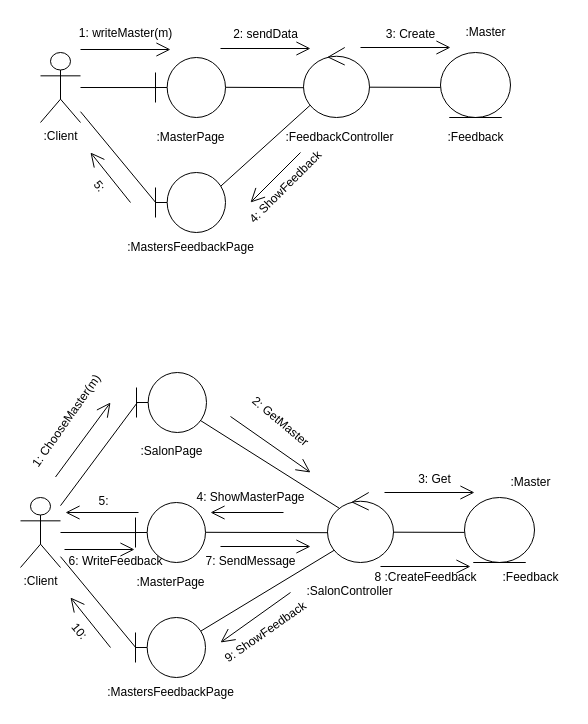
This is Диаграмма анализа.drawio from Artvell3000/umlLab2, a draw.io file, before an edit. Source tidied: cells renumbered, new cells numbered last; positions are measured from the earlier drawing's top-left corner, leaving out a move shared by most shapes. Both pictures are drawn from the tidied source at 100%, with x=0, y=0 at pixel (1, 17).
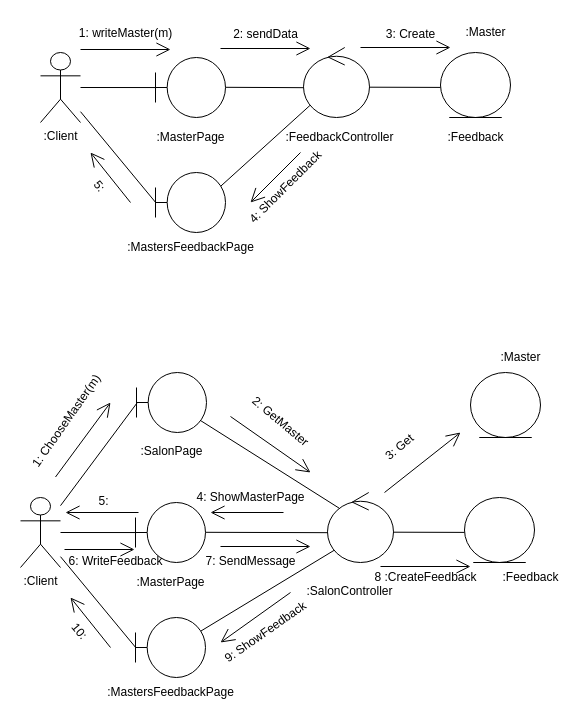
The same diagram, later.

Change to the diagram source:
```diff
@@
     <mxCell id="37" style="endArrow=open;endFill=1;endSize=12;html=1;rounded=0;" parent="1" edge="1">
       <mxGeometry relative="1" as="geometry">
         <mxPoint x="383" y="475" as="sourcePoint" />
-        <mxPoint x="473" y="475" as="targetPoint" />
+        <mxPoint x="459" y="415" as="targetPoint" />
       </mxGeometry>
     </mxCell>
-    <mxCell id="38" value="3: Get" style="text;html=1;align=center;verticalAlign=middle;strokeColor=none;fillColor=none;" parent="1" vertex="1">
-      <mxGeometry x="403" y="447" width="60" height="30" as="geometry" />
+    <mxCell id="38" value="3: Get" style="text;html=1;align=center;verticalAlign=middle;strokeColor=none;fillColor=none;rotation=-40;" parent="1" vertex="1">
+      <mxGeometry x="368" y="415" width="60" height="30" as="geometry" />
     </mxCell>
@@
     <mxCell id="47" value=":Master" style="text;html=1;align=center;verticalAlign=middle;strokeColor=none;fillColor=none;" parent="1" vertex="1">
-      <mxGeometry x="499" y="450" width="60" height="30" as="geometry" />
+      <mxGeometry x="489" y="325" width="60" height="30" as="geometry" />
     </mxCell>
@@
+    <mxCell id="66" style="ellipse;shape=umlEntity;whiteSpace=wrap;html=1;" parent="1" vertex="1">
+      <mxGeometry x="469" y="355" width="70" height="65" as="geometry" />
+    </mxCell>
```
